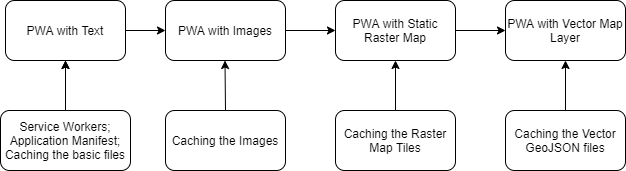
The draw.io diagram diagrams/M3.png in zishunwei/pwa, before a commit. Source tidied: cells renumbered, new cells last; positions are measured from the earlier drawing's top-left corner, leaving out a move shared by most shapes. The source it was exported from:
```xml
<mxGraphModel>
  <root>
    <mxCell id="0" />
    <mxCell id="1" parent="0" />
    <mxCell id="2" value="PWA with Text" style="rounded=1;whiteSpace=wrap;html=1;" parent="1" vertex="1">
      <mxGeometry x="5" width="120" height="60" as="geometry" />
    </mxCell>
    <mxCell id="3" style="endArrow=classic;html=1;exitX=1;exitY=0.5;exitDx=0;exitDy=0;" parent="1" edge="1" source="2">
      <mxGeometry relative="1" as="geometry">
        <mxPoint x="165" y="30" as="targetPoint" />
      </mxGeometry>
    </mxCell>
    <mxCell id="4" value="PWA with Vector Map Layer" style="rounded=1;whiteSpace=wrap;html=1;" parent="1" vertex="1">
      <mxGeometry x="505" width="120" height="60" as="geometry" />
    </mxCell>
    <mxCell id="5" value="PWA with Static Raster Map" style="rounded=1;whiteSpace=wrap;html=1;" parent="1" vertex="1">
      <mxGeometry x="335" width="120" height="60" as="geometry" />
    </mxCell>
    <mxCell id="6" value="PWA with Images" style="rounded=1;whiteSpace=wrap;html=1;" parent="1" vertex="1">
      <mxGeometry x="165" width="120" height="60" as="geometry" />
    </mxCell>
    <mxCell id="7" style="endArrow=classic;html=1;entryX=0;entryY=0.5;entryDx=0;entryDy=0;exitX=1;exitY=0.5;exitDx=0;exitDy=0;" parent="1" edge="1" source="6" target="5">
      <mxGeometry relative="1" as="geometry" />
    </mxCell>
    <mxCell id="8" style="endArrow=classic;html=1;exitX=1;exitY=0.5;exitDx=0;exitDy=0;entryX=0;entryY=0.5;entryDx=0;entryDy=0;" parent="1" edge="1" source="5" target="4">
      <mxGeometry relative="1" as="geometry" />
    </mxCell>
    <mxCell id="9" style="endArrow=classic;html=1;entryX=0.5;entryY=1;entryDx=0;entryDy=0;exitX=0.5;exitY=0;exitDx=0;exitDy=0;" parent="1" edge="1" source="11" target="2">
      <mxGeometry relative="1" as="geometry" />
    </mxCell>
    <mxCell id="10" style="edgeStyle=orthogonalEdgeStyle;rounded=0;jettySize=auto;html=1;" parent="1" edge="1" source="11" target="2">
      <mxGeometry relative="1" as="geometry" />
    </mxCell>
    <mxCell id="11" value="Service Workers;&lt;br&gt;Application Manifest;&lt;br&gt;Caching the basic files" style="rounded=1;whiteSpace=wrap;html=1;" parent="1" vertex="1">
      <mxGeometry y="110" width="130" height="60" as="geometry" />
    </mxCell>
    <mxCell id="12" value="Caching the Images" style="rounded=1;whiteSpace=wrap;html=1;" parent="1" vertex="1">
      <mxGeometry x="165" y="110" width="120" height="60" as="geometry" />
    </mxCell>
    <mxCell id="13" style="endArrow=classic;html=1;entryX=0.5;entryY=1;entryDx=0;entryDy=0;exitX=0.5;exitY=0;exitDx=0;exitDy=0;" parent="1" edge="1" source="12">
      <mxGeometry relative="1" as="geometry">
        <mxPoint x="224.5" y="60" as="targetPoint" />
      </mxGeometry>
    </mxCell>
    <mxCell id="14" value="Caching the Raster Map Tiles" style="rounded=1;whiteSpace=wrap;html=1;" parent="1" vertex="1">
      <mxGeometry x="335" y="110" width="120" height="60" as="geometry" />
    </mxCell>
    <mxCell id="15" style="endArrow=classic;html=1;entryX=0.5;entryY=1;entryDx=0;entryDy=0;exitX=0.5;exitY=0;exitDx=0;exitDy=0;" parent="1" edge="1" source="14" target="5">
      <mxGeometry relative="1" as="geometry" />
    </mxCell>
    <mxCell id="16" value="Caching the Vector GeoJSON files" style="rounded=1;whiteSpace=wrap;html=1;" parent="1" vertex="1">
      <mxGeometry x="505" y="110" width="120" height="60" as="geometry" />
    </mxCell>
    <mxCell id="17" style="endArrow=classic;html=1;exitX=0.5;exitY=0;exitDx=0;exitDy=0;entryX=0.5;entryY=1;entryDx=0;entryDy=0;" parent="1" edge="1" source="16" target="4">
      <mxGeometry relative="1" as="geometry" />
    </mxCell>
  </root>
</mxGraphModel>
```
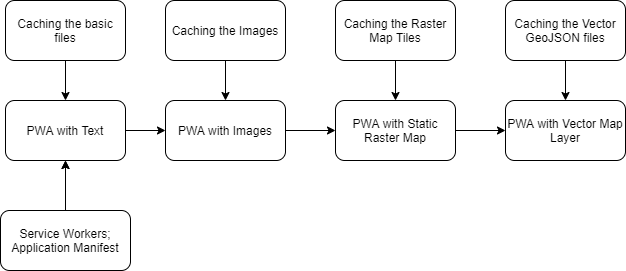
After the commit.

What changed in the source:
```diff
@@ -31,28 +31,32 @@
     <mxCell id="10" style="edgeStyle=orthogonalEdgeStyle;rounded=0;jettySize=auto;html=1;" parent="1" edge="1" source="11" target="2">
       <mxGeometry relative="1" as="geometry" />
     </mxCell>
-    <mxCell id="11" value="Service Workers;&lt;br&gt;Application Manifest;&lt;br&gt;Caching the basic files" style="rounded=1;whiteSpace=wrap;html=1;" parent="1" vertex="1">
+    <mxCell id="11" value="Service Workers;&lt;br&gt;Application Manifest" style="rounded=1;whiteSpace=wrap;html=1;" parent="1" vertex="1">
       <mxGeometry y="110" width="130" height="60" as="geometry" />
     </mxCell>
+    <mxCell id="18" style="edgeStyle=orthogonalEdgeStyle;rounded=0;jettySize=auto;html=1;exitX=0.5;exitY=1;exitDx=0;exitDy=0;entryX=0.5;entryY=0;entryDx=0;entryDy=0;" parent="1" edge="1" source="12" target="6">
+      <mxGeometry relative="1" as="geometry" />
+    </mxCell>
     <mxCell id="12" value="Caching the Images" style="rounded=1;whiteSpace=wrap;html=1;" parent="1" vertex="1">
-      <mxGeometry x="165" y="110" width="120" height="60" as="geometry" />
+      <mxGeometry x="165" y="-100" width="120" height="60" as="geometry" />
     </mxCell>
-    <mxCell id="13" style="endArrow=classic;html=1;entryX=0.5;entryY=1;entryDx=0;entryDy=0;exitX=0.5;exitY=0;exitDx=0;exitDy=0;" parent="1" edge="1" source="12">
-      <mxGeometry relative="1" as="geometry">
-        <mxPoint x="224.5" y="60" as="targetPoint" />
-      </mxGeometry>
-    </mxCell>
+    <mxCell id="15" style="edgeStyle=orthogonalEdgeStyle;rounded=0;jettySize=auto;html=1;exitX=0.5;exitY=1;exitDx=0;exitDy=0;entryX=0.5;entryY=0;entryDx=0;entryDy=0;" parent="1" edge="1" source="14" target="5">
+      <mxGeometry relative="1" as="geometry" />
+    </mxCell>
     <mxCell id="14" value="Caching the Raster Map Tiles" style="rounded=1;whiteSpace=wrap;html=1;" parent="1" vertex="1">
-      <mxGeometry x="335" y="110" width="120" height="60" as="geometry" />
+      <mxGeometry x="335" y="-100" width="120" height="60" as="geometry" />
     </mxCell>
-    <mxCell id="15" style="endArrow=classic;html=1;entryX=0.5;entryY=1;entryDx=0;entryDy=0;exitX=0.5;exitY=0;exitDx=0;exitDy=0;" parent="1" edge="1" source="14" target="5">
-      <mxGeometry relative="1" as="geometry" />
-    </mxCell>
+    <mxCell id="17" style="edgeStyle=orthogonalEdgeStyle;rounded=0;jettySize=auto;html=1;exitX=0.5;exitY=1;exitDx=0;exitDy=0;entryX=0.5;entryY=0;entryDx=0;entryDy=0;" parent="1" edge="1" source="16" target="4">
+      <mxGeometry relative="1" as="geometry" />
+    </mxCell>
     <mxCell id="16" value="Caching the Vector GeoJSON files" style="rounded=1;whiteSpace=wrap;html=1;" parent="1" vertex="1">
-      <mxGeometry x="505" y="110" width="120" height="60" as="geometry" />
+      <mxGeometry x="505" y="-100" width="120" height="60" as="geometry" />
     </mxCell>
-    <mxCell id="17" style="endArrow=classic;html=1;exitX=0.5;exitY=0;exitDx=0;exitDy=0;entryX=0.5;entryY=1;entryDx=0;entryDy=0;" parent="1" edge="1" source="16" target="4">
-      <mxGeometry relative="1" as="geometry" />
-    </mxCell>
+    <mxCell id="19" value="&lt;span&gt;Caching the basic files&lt;/span&gt;" style="rounded=1;whiteSpace=wrap;html=1;" parent="1" vertex="1">
+      <mxGeometry x="5" y="-100" width="120" height="60" as="geometry" />
+    </mxCell>
+    <mxCell id="20" style="endArrow=classic;html=1;exitX=0.5;exitY=1;exitDx=0;exitDy=0;entryX=0.5;entryY=0;entryDx=0;entryDy=0;" parent="1" edge="1" source="19" target="2">
+      <mxGeometry relative="1" as="geometry" />
+    </mxCell>
   </root>
 </mxGraphModel>
```
